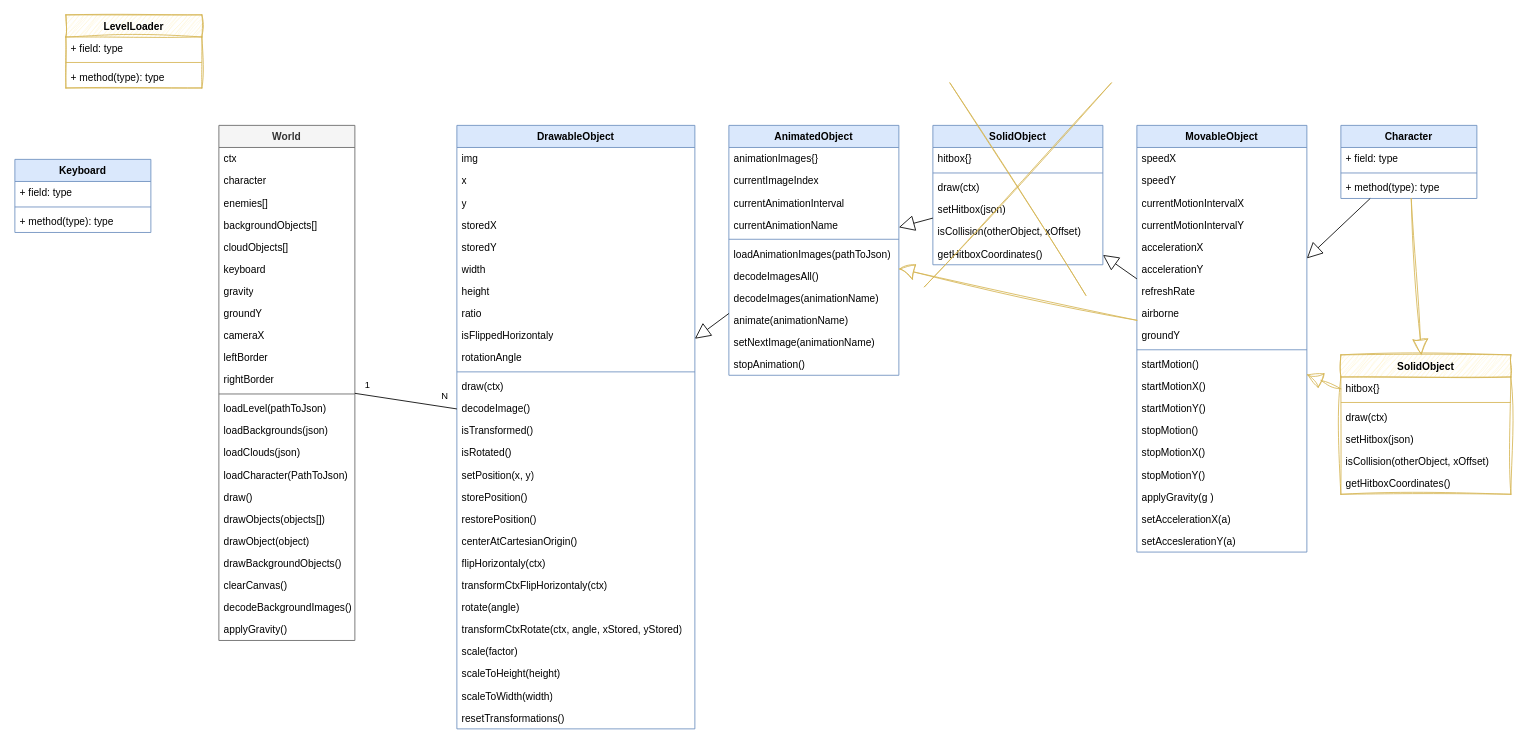
Above: uml/classDiagram.drawio in ReinhardWansch/ElPolloLoco (draw.io), before the change. Source tidied: cells renumbered, new cells numbered last; positions are measured from the earlier drawing's top-left corner, leaving out a move shared by most shapes. Both pictures are drawn from the tidied source at 85%, with x=0, y=0 at pixel (14, 14).
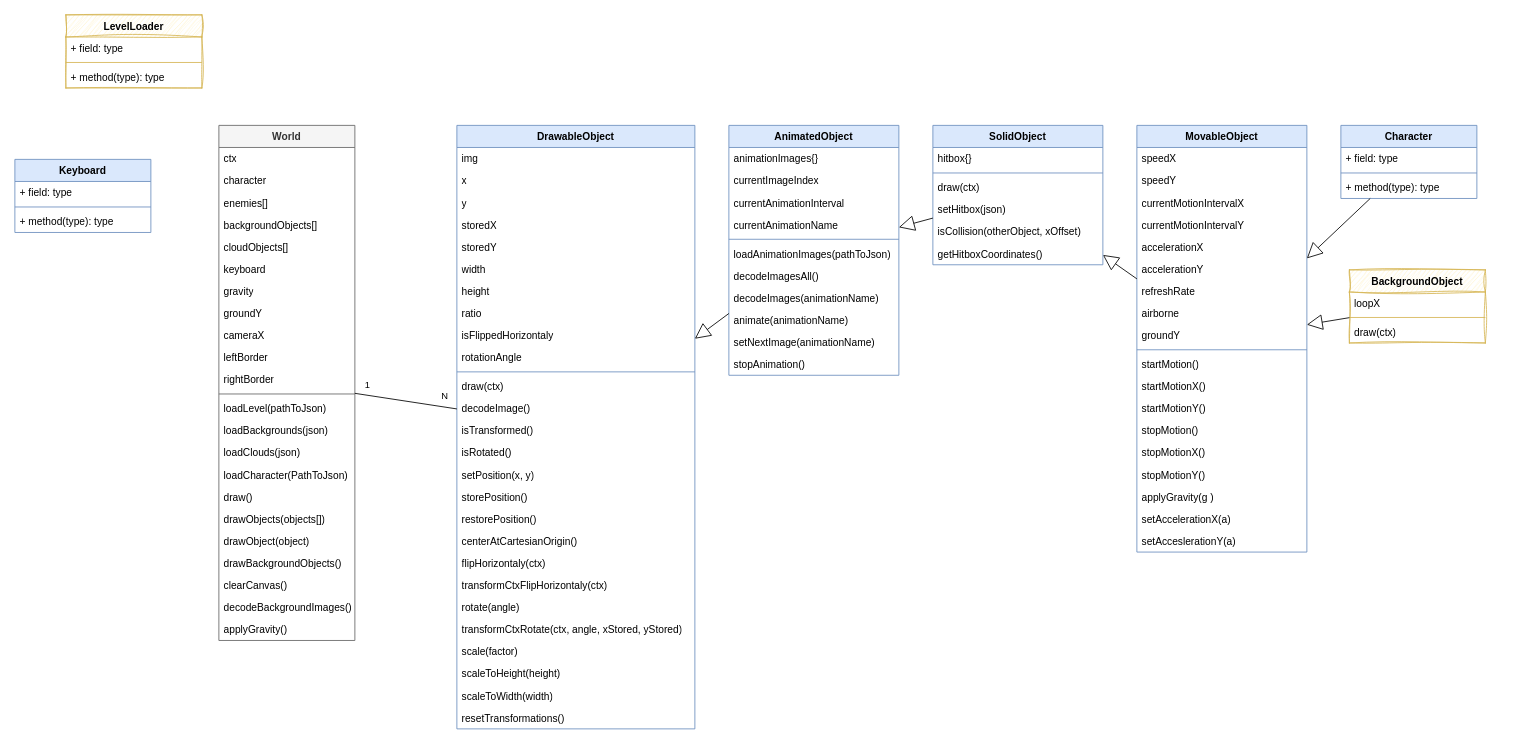
Above is the later version.

Unchanged cells that the change refers to:
```xml
<mxCell id="30" value="AnimatedObject" style="swimlane;fontStyle=1;align=center;verticalAlign=top;horizontal=1;startSize=26;whiteSpace=wrap;html=1;fillColor=#dae8fc;strokeColor=#6c8ebf;" parent="1" vertex="1">
  <mxGeometry x="840" y="130" width="200" height="294" as="geometry" />
</mxCell>
<mxCell id="43" value="MovableObject" style="swimlane;fontStyle=1;align=center;verticalAlign=top;horizontal=1;startSize=26;whiteSpace=wrap;html=1;fillColor=#dae8fc;strokeColor=#6c8ebf;" parent="1" vertex="1">
  <mxGeometry x="1320" y="130" width="200" height="502" as="geometry" />
</mxCell>
<mxCell id="95" value="Character" style="swimlane;fontStyle=1;align=center;verticalAlign=top;horizontal=1;startSize=26;whiteSpace=wrap;html=1;fillColor=#dae8fc;strokeColor=#6c8ebf;" parent="1" vertex="1">
  <mxGeometry x="1560" y="130" width="160" height="86" as="geometry" />
</mxCell>
```

Change to the diagram source:
```diff
@@
-    <mxCell id="112" value="SolidObject" style="swimlane;fontStyle=1;align=center;verticalAlign=top;horizontal=1;startSize=26;whiteSpace=wrap;html=1;fillColor=#fff2cc;strokeColor=#d6b656;sketch=1;curveFitting=1;jiggle=2;" parent="1" vertex="1">
-      <mxGeometry x="1560" y="400" width="200" height="164" as="geometry" />
-    </mxCell>
-    <mxCell id="113" value="hitbox{}" style="text;strokeColor=none;fillColor=none;align=left;verticalAlign=top;spacingLeft=4;spacingRight=4;overflow=hidden;whiteSpace=wrap;html=1;" parent="112" vertex="1">
-      <mxGeometry y="26" width="200" height="26" as="geometry" />
-    </mxCell>
-    <mxCell id="114" style="line;strokeWidth=1;fillColor=none;align=left;verticalAlign=middle;spacingTop=-1;spacingLeft=3;spacingRight=3;labelPosition=right;strokeColor=inherit;" parent="112" vertex="1">
-      <mxGeometry y="52" width="200" height="8" as="geometry" />
-    </mxCell>
+    <mxCell id="124" value="BackgroundObject" style="swimlane;fontStyle=1;align=center;verticalAlign=top;horizontal=1;startSize=26;whiteSpace=wrap;html=1;fillColor=#fff2cc;strokeColor=#d6b656;sketch=1;curveFitting=1;jiggle=2;" parent="1" vertex="1">
+      <mxGeometry x="1570" y="300" width="160" height="86" as="geometry" />
+    </mxCell>
+    <mxCell id="125" value="loopX" style="text;strokeColor=none;fillColor=none;align=left;verticalAlign=top;spacingLeft=4;spacingRight=4;overflow=hidden;whiteSpace=wrap;html=1;" parent="124" vertex="1">
+      <mxGeometry y="26" width="160" height="26" as="geometry" />
+    </mxCell>
+    <mxCell id="126" style="line;strokeWidth=1;fillColor=none;align=left;verticalAlign=middle;spacingTop=-1;spacingLeft=3;spacingRight=3;labelPosition=right;strokeColor=inherit;" parent="124" vertex="1">
+      <mxGeometry y="52" width="160" height="8" as="geometry" />
+    </mxCell>
-    <mxCell id="115" value="draw(ctx)" style="text;strokeColor=none;fillColor=none;align=left;verticalAlign=top;spacingLeft=4;spacingRight=4;overflow=hidden;whiteSpace=wrap;html=1;" parent="112" vertex="1">
-      <mxGeometry y="60" width="200" height="26" as="geometry" />
+    <mxCell id="115" value="draw(ctx)" style="text;strokeColor=none;fillColor=none;align=left;verticalAlign=top;spacingLeft=4;spacingRight=4;overflow=hidden;whiteSpace=wrap;html=1;" parent="124" vertex="1">
+      <mxGeometry y="60" width="160" height="26" as="geometry" />
     </mxCell>
-    <mxCell id="116" value="setHitbox(json)" style="text;strokeColor=none;fillColor=none;align=left;verticalAlign=top;spacingLeft=4;spacingRight=4;overflow=hidden;whiteSpace=wrap;html=1;" parent="112" vertex="1">
-      <mxGeometry y="86" width="200" height="26" as="geometry" />
-    </mxCell>
-    <mxCell id="117" value="isCollision(otherObject, xOffset)" style="text;strokeColor=none;fillColor=none;align=left;verticalAlign=top;spacingLeft=4;spacingRight=4;overflow=hidden;whiteSpace=wrap;html=1;" parent="112" vertex="1">
-      <mxGeometry y="112" width="200" height="26" as="geometry" />
-    </mxCell>
-    <mxCell id="118" value="getHitboxCoordinates()" style="text;strokeColor=none;fillColor=none;align=left;verticalAlign=top;spacingLeft=4;spacingRight=4;overflow=hidden;whiteSpace=wrap;html=1;" parent="112" vertex="1">
-      <mxGeometry y="138" width="200" height="26" as="geometry" />
-    </mxCell>
-    <mxCell id="119" style="endArrow=block;endSize=16;endFill=0;html=1;rounded=0;fillColor=#fff2cc;strokeColor=#d6b656;sketch=1;curveFitting=1;jiggle=2;" parent="1" edge="1" source="95" target="112">
-      <mxGeometry relative="1" as="geometry" />
-    </mxCell>
-    <mxCell id="120" style="endArrow=block;endSize=16;endFill=0;html=1;rounded=0;fillColor=#fff2cc;strokeColor=#d6b656;sketch=1;curveFitting=1;jiggle=2;" parent="1" edge="1" source="112" target="43">
-      <mxGeometry relative="1" as="geometry" />
-    </mxCell>
-    <mxCell id="121" style="endArrow=none;html=1;rounded=0;fillColor=#fff2cc;strokeColor=#d6b656;sketch=1;curveFitting=1;jiggle=2;" parent="1" edge="1">
-      <mxGeometry relative="1" as="geometry">
-        <mxPoint x="1070" y="320" as="sourcePoint" />
-        <mxPoint x="1290" y="80" as="targetPoint" />
-      </mxGeometry>
-    </mxCell>
-    <mxCell id="122" style="endArrow=none;html=1;rounded=0;fillColor=#fff2cc;strokeColor=#d6b656;sketch=1;curveFitting=1;jiggle=2;" parent="1" edge="1">
-      <mxGeometry relative="1" as="geometry">
-        <mxPoint x="1260" y="330" as="sourcePoint" />
-        <mxPoint x="1100" y="80" as="targetPoint" />
-      </mxGeometry>
-    </mxCell>
-    <mxCell id="123" style="endArrow=block;endSize=16;endFill=0;html=1;rounded=0;fillColor=#fff2cc;strokeColor=#d6b656;sketch=1;curveFitting=1;jiggle=2;" parent="1" edge="1" source="43" target="30">
-      <mxGeometry relative="1" as="geometry" />
-    </mxCell>
+    <mxCell id="127" style="endArrow=block;endSize=16;endFill=0;html=1;rounded=0;" parent="1" edge="1" source="124" target="43">
+      <mxGeometry relative="1" as="geometry" />
+    </mxCell>
```
